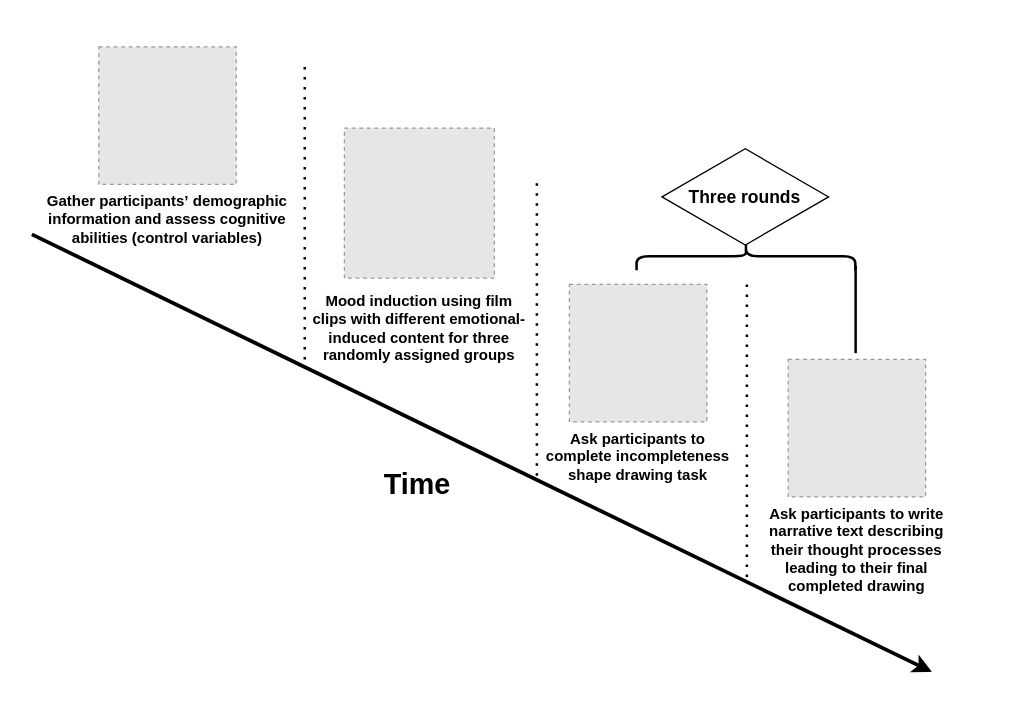
Before: drawio/Experiment Timeline.drawio in cty20010831/UChicago_MA_Thesis, a draw.io diagram. Source tidied: cells renumbered, new cells numbered last; positions are measured from the earlier drawing's top-left corner, leaving out a move shared by most shapes. Both pictures are drawn from the tidied source at 125%, with x=0, y=0 at pixel (31, 46). Pictures stored in the file or linked from it are replaced by grey dashed boxes.
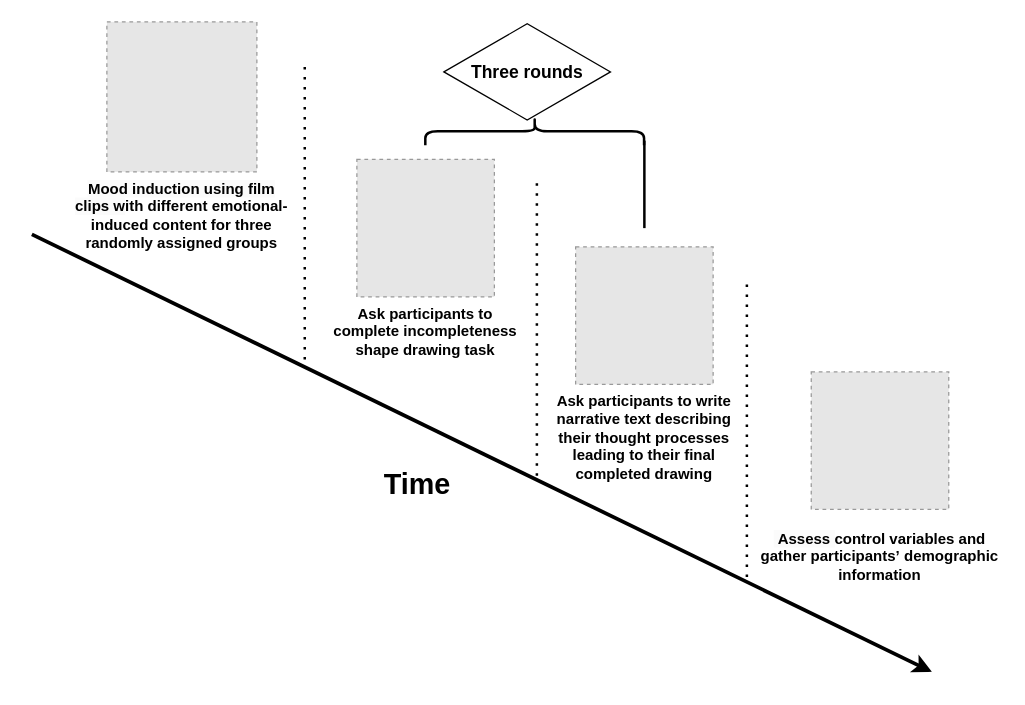
The same diagram, later.

Change to the diagram source:
```diff
@@
     <mxCell id="4" style="fillColor=#E6E6E6;strokeColor=#999999;dashed=1;verticalLabelPosition=bottom;labelBackgroundColor=default;verticalAlign=top;" parent="1" vertex="1">
-      <mxGeometry x="53.5" width="110" height="110" as="geometry" />
+      <mxGeometry x="623.5" y="260" width="110" height="110" as="geometry" />
     </mxCell>
-    <mxCell id="5" value="&lt;font style=&quot;font-size: 12px;&quot;&gt;&lt;b&gt;&lt;span style=&quot;color: rgb(0, 0, 0); font-family: Helvetica; font-style: normal; font-variant-ligatures: normal; font-variant-caps: normal; letter-spacing: normal; orphans: 2; text-indent: 0px; text-transform: none; widows: 2; word-spacing: 0px; -webkit-text-stroke-width: 0px; white-space: normal; background-color: rgb(251, 251, 251); text-decoration-thickness: initial; text-decoration-style: initial; text-decoration-color: initial; float: none; display: inline !important;&quot;&gt;Gather par&lt;span style=&quot;background-color: initial;&quot;&gt;ticipants’&amp;nbsp;&lt;/span&gt;demographic information and assess &lt;/span&gt;&lt;span style=&quot;forced-color-adjust: none; color: rgb(0, 0, 0); font-family: Helvetica; font-style: normal; font-variant-ligatures: normal; font-variant-caps: normal; letter-spacing: normal; orphans: 2; text-indent: 0px; text-transform: none; widows: 2; word-spacing: 0px; -webkit-text-stroke-width: 0px; white-space: normal; background-color: initial; text-decoration-thickness: initial; text-decoration-style: initial; text-decoration-color: initial;&quot;&gt;cognitive abilities (&lt;/span&gt;&lt;span style=&quot;forced-color-adjust: none; color: rgb(0, 0, 0); font-family: Helvetica; font-style: normal; font-variant-ligatures: normal; font-variant-caps: normal; letter-spacing: normal; orphans: 2; text-indent: 0px; text-transform: none; widows: 2; word-spacing: 0px; -webkit-text-stroke-width: 0px; white-space: normal; background-color: initial; text-decoration-thickness: initial; text-decoration-style: initial; text-decoration-color: initial;&quot;&gt;control variables)&lt;/span&gt;&lt;/b&gt;&lt;/font&gt;" style="text;whiteSpace=wrap;html=1;align=center;" parent="1" vertex="1">
-      <mxGeometry x="10" y="110" width="197" height="30" as="geometry" />
+    <mxCell id="5" value="&lt;font style=&quot;font-size: 12px;&quot;&gt;&lt;b&gt;&lt;span style=&quot;color: rgb(0, 0, 0); font-family: Helvetica; font-style: normal; font-variant-ligatures: normal; font-variant-caps: normal; letter-spacing: normal; orphans: 2; text-indent: 0px; text-transform: none; widows: 2; word-spacing: 0px; -webkit-text-stroke-width: 0px; white-space: normal; background-color: rgb(251, 251, 251); text-decoration-thickness: initial; text-decoration-style: initial; text-decoration-color: initial; float: none; display: inline !important;&quot;&gt;&amp;nbsp;Assess &lt;/span&gt;&lt;span style=&quot;forced-color-adjust: none; color: rgb(0, 0, 0); font-family: Helvetica; font-style: normal; font-variant-ligatures: normal; font-variant-caps: normal; letter-spacing: normal; orphans: 2; text-indent: 0px; text-transform: none; widows: 2; word-spacing: 0px; -webkit-text-stroke-width: 0px; white-space: normal; background-color: initial; text-decoration-thickness: initial; text-decoration-style: initial; text-decoration-color: initial;&quot;&gt;control variables and g&lt;/span&gt;&lt;/b&gt;&lt;/font&gt;&lt;b&gt;ather par&lt;span style=&quot;background-color: initial;&quot;&gt;ticipants’&amp;nbsp;&lt;/span&gt;demographic information&lt;/b&gt;" style="text;whiteSpace=wrap;html=1;align=center;" parent="1" vertex="1">
+      <mxGeometry x="580" y="380" width="197" height="30" as="geometry" />
     </mxCell>
     <mxCell id="6" style="fillColor=#E6E6E6;strokeColor=#999999;dashed=1;verticalLabelPosition=bottom;labelBackgroundColor=default;verticalAlign=top;" parent="1" vertex="1">
-      <mxGeometry x="250" y="65" width="120" height="120" as="geometry" />
+      <mxGeometry x="60" y="-20" width="120" height="120" as="geometry" />
     </mxCell>
     <mxCell id="7" value="&lt;b style=&quot;&quot;&gt;&lt;span style=&quot;color: rgb(0, 0, 0); font-family: Helvetica; font-style: normal; font-variant-ligatures: normal; font-variant-caps: normal; letter-spacing: normal; orphans: 2; text-indent: 0px; text-transform: none; widows: 2; word-spacing: 0px; -webkit-text-stroke-width: 0px; white-space: normal; background-color: rgb(251, 251, 251); text-decoration-thickness: initial; text-decoration-style: initial; text-decoration-color: initial; float: none; display: inline !important;&quot;&gt;Mood induction using film clips w&lt;/span&gt;&lt;span style=&quot;background-color: initial;&quot;&gt;ith different&amp;nbsp;&lt;/span&gt;&lt;span style=&quot;background-color: initial;&quot;&gt;emotional-induced content for three randomly assigned groups&lt;/span&gt;&lt;/b&gt;" style="text;whiteSpace=wrap;html=1;align=center;" parent="1" vertex="1">
-      <mxGeometry x="220" y="190" width="180" height="40" as="geometry" />
+      <mxGeometry x="30" y="100" width="180" height="40" as="geometry" />
     </mxCell>
     <mxCell id="8" value="&lt;span style=&quot;&quot;&gt;&lt;b&gt;&lt;font style=&quot;font-size: 12px;&quot;&gt;Ask participants to complete incompleteness shape drawing task&lt;/font&gt;&lt;/b&gt;&lt;/span&gt;" style="text;whiteSpace=wrap;html=1;align=center;" parent="1" vertex="1">
-      <mxGeometry x="410" y="300" width="150" height="30" as="geometry" />
+      <mxGeometry x="240" y="200" width="150" height="30" as="geometry" />
     </mxCell>
     <mxCell id="9" style="fillColor=#E6E6E6;strokeColor=#999999;dashed=1;verticalLabelPosition=bottom;labelBackgroundColor=default;verticalAlign=top;" parent="1" vertex="1">
-      <mxGeometry x="430" y="190" width="110" height="110" as="geometry" />
+      <mxGeometry x="260" y="90" width="110" height="110" as="geometry" />
     </mxCell>
     <mxCell id="10" value="Ask participants to write narrative text describing their thought processes leading to their final completed drawing" style="text;whiteSpace=wrap;fontSize=12;fontStyle=1;align=center;" parent="1" vertex="1">
-      <mxGeometry x="580" y="360" width="160" height="40" as="geometry" />
+      <mxGeometry x="410" y="270" width="160" height="40" as="geometry" />
     </mxCell>
     <mxCell id="11" style="fillColor=#E6E6E6;strokeColor=#999999;dashed=1;verticalLabelPosition=bottom;labelBackgroundColor=default;verticalAlign=top;" parent="1" vertex="1">
-      <mxGeometry x="605" y="250" width="110" height="110" as="geometry" />
+      <mxGeometry x="435" y="160" width="110" height="110" as="geometry" />
     </mxCell>
@@
     <mxCell id="16" style="shape=curlyBracket;whiteSpace=wrap;html=1;rounded=1;labelPosition=left;verticalLabelPosition=middle;align=right;verticalAlign=middle;rotation=90;strokeWidth=2;" parent="1" vertex="1">
-      <mxGeometry x="560" y="80" width="22.5" height="175" as="geometry" />
+      <mxGeometry x="391" y="-20" width="22.5" height="175" as="geometry" />
     </mxCell>
     <mxCell id="17" value="&lt;b&gt;&lt;font style=&quot;font-size: 14px;&quot;&gt;Three rounds&lt;/font&gt;&lt;/b&gt;" style="html=1;whiteSpace=wrap;shape=isoRectangle;" parent="1" vertex="1">
-      <mxGeometry x="504.1" y="80" width="133.3" height="80" as="geometry" />
+      <mxGeometry x="329.6" y="-20" width="133.3" height="80" as="geometry" />
     </mxCell>
     <mxCell id="18" style="line;strokeWidth=2;direction=south;html=1;" parent="1" vertex="1">
-      <mxGeometry x="654" y="175" width="10" height="70" as="geometry" />
+      <mxGeometry x="485" y="75" width="10" height="70" as="geometry" />
     </mxCell>
```
